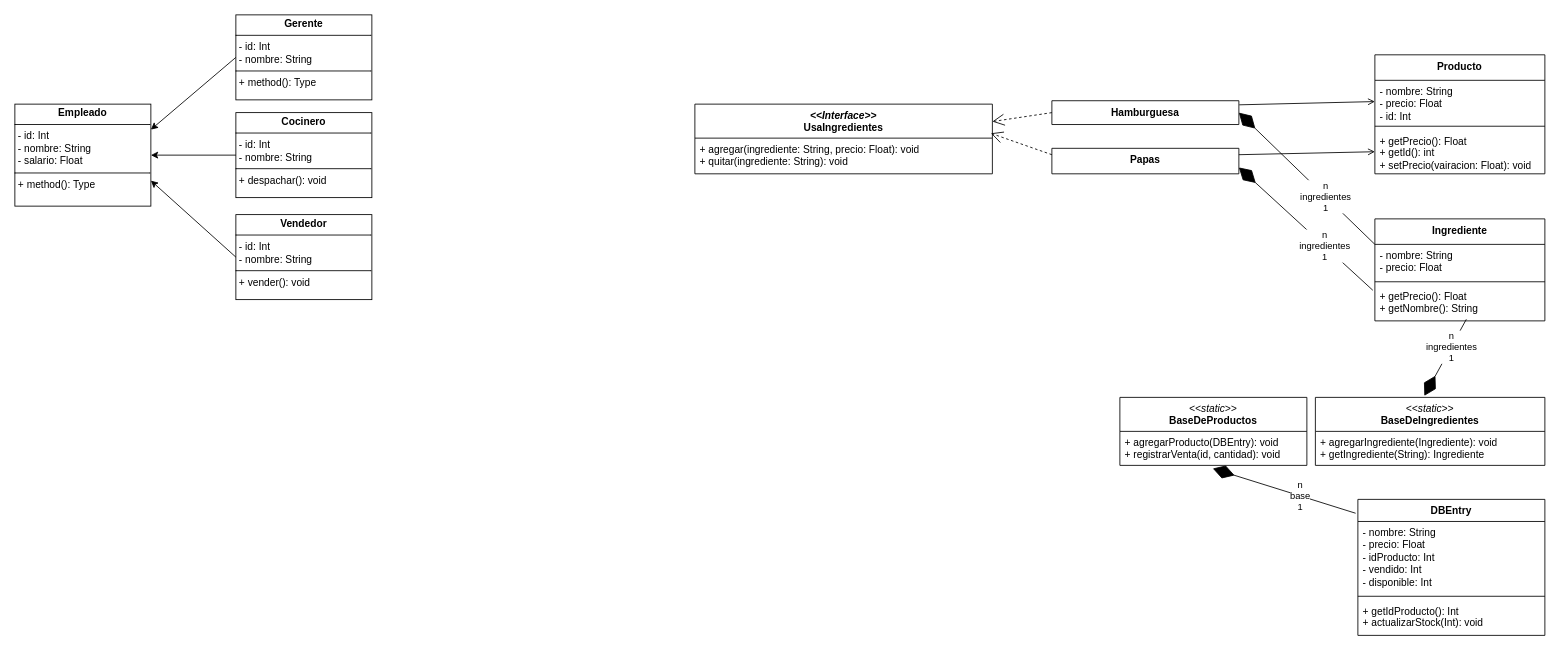
The draw.io diagram uml.drawio in Zasa-san/inspt-programacion2, before the edit. Source tidied: cells renumbered, new cells numbered last; positions are measured from the earlier drawing's top-left corner, leaving out a move shared by most shapes. Both pictures are drawn from the tidied source at 85%, with x=0, y=0 at pixel (14, 14).
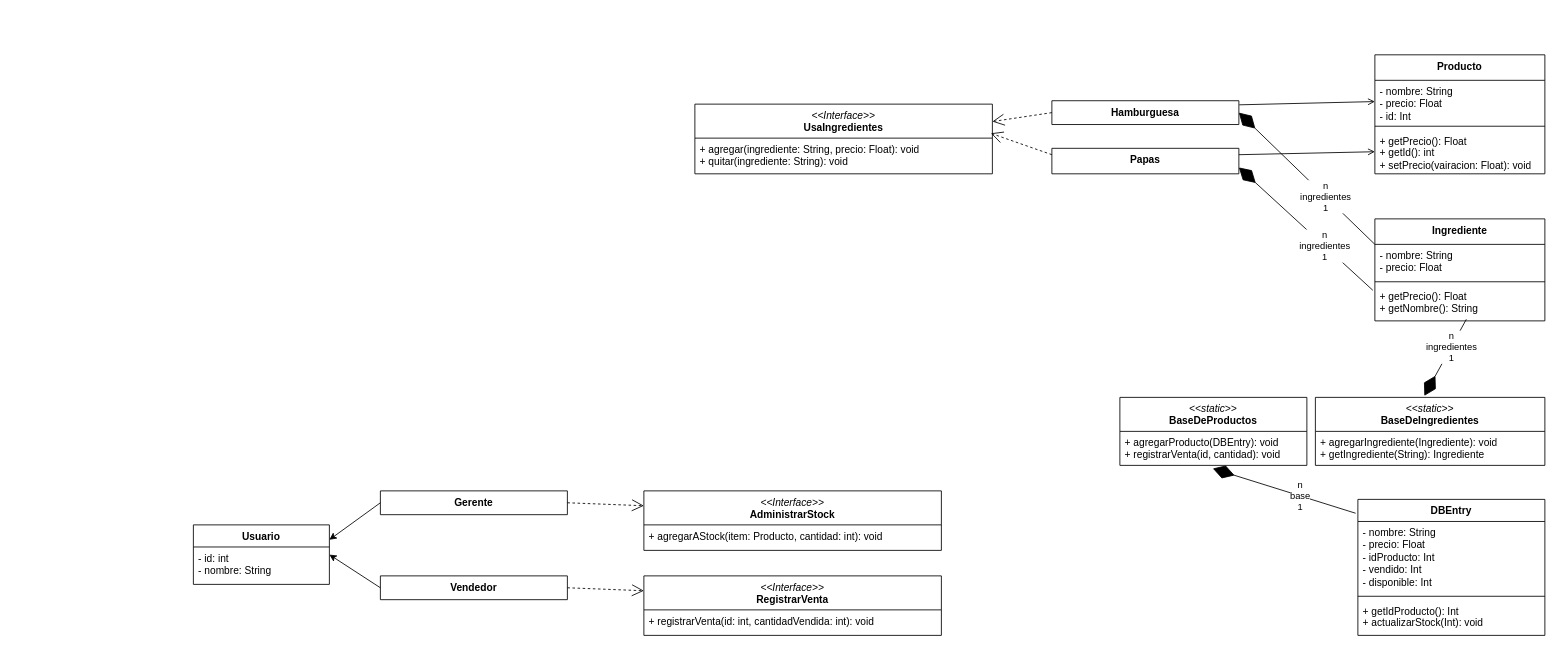
The same page after the edit.

Commit message:
actualizar el UML

The edit, as a diff of the source:
```diff
@@
-    <mxCell id="9" value="&lt;p style=&quot;margin:0px;margin-top:4px;text-align:center;&quot;&gt;Gerente&lt;/p&gt;&lt;hr style=&quot;border-style:solid;&quot; size=&quot;1&quot;&gt;&lt;p style=&quot;margin:0px;margin-left:4px;&quot;&gt;&lt;span style=&quot;font-weight: normal;&quot;&gt;- id: Int&lt;/span&gt;&lt;/p&gt;&lt;p style=&quot;margin:0px;margin-left:4px;&quot;&gt;&lt;span style=&quot;font-weight: normal;&quot;&gt;- nombre: String&lt;/span&gt;&lt;/p&gt;&lt;hr style=&quot;border-style:solid;&quot; size=&quot;1&quot;&gt;&lt;p style=&quot;margin:0px;margin-left:4px;&quot;&gt;&lt;span style=&quot;font-weight: normal;&quot;&gt;+ method(): Type&lt;/span&gt;&lt;/p&gt;" style="verticalAlign=top;align=left;overflow=fill;html=1;whiteSpace=wrap;fontStyle=1;" parent="1" vertex="1">
-      <mxGeometry x="260" width="160" height="100" as="geometry" />
-    </mxCell>
-    <mxCell id="10" value="&lt;p style=&quot;margin:0px;margin-top:4px;text-align:center;&quot;&gt;&lt;b&gt;Empleado&lt;/b&gt;&lt;/p&gt;&lt;hr size=&quot;1&quot; style=&quot;border-style:solid;&quot;&gt;&lt;p style=&quot;margin:0px;margin-left:4px;&quot;&gt;- id: Int&lt;/p&gt;&lt;p style=&quot;margin:0px;margin-left:4px;&quot;&gt;- nombre: String&lt;/p&gt;&lt;p style=&quot;margin:0px;margin-left:4px;&quot;&gt;- salario: Float&lt;/p&gt;&lt;hr size=&quot;1&quot; style=&quot;border-style:solid;&quot;&gt;&lt;p style=&quot;margin:0px;margin-left:4px;&quot;&gt;+ method(): Type&lt;/p&gt;" style="verticalAlign=top;align=left;overflow=fill;html=1;whiteSpace=wrap;" parent="1" vertex="1">
-      <mxGeometry y="105" width="160" height="120" as="geometry" />
-    </mxCell>
-    <mxCell id="11" value="&lt;p style=&quot;margin:0px;margin-top:4px;text-align:center;&quot;&gt;&lt;b&gt;Cocinero&lt;/b&gt;&lt;/p&gt;&lt;hr size=&quot;1&quot; style=&quot;border-style:solid;&quot;&gt;&lt;p style=&quot;margin:0px;margin-left:4px;&quot;&gt;- id: Int&lt;/p&gt;&lt;p style=&quot;margin:0px;margin-left:4px;&quot;&gt;- nombre: String&lt;/p&gt;&lt;hr size=&quot;1&quot; style=&quot;border-style:solid;&quot;&gt;&lt;p style=&quot;margin:0px;margin-left:4px;&quot;&gt;+ despachar(): void&lt;/p&gt;" style="verticalAlign=top;align=left;overflow=fill;html=1;whiteSpace=wrap;" parent="1" vertex="1">
-      <mxGeometry x="260" y="115" width="160" height="100" as="geometry" />
-    </mxCell>
-    <mxCell id="12" value="&lt;p style=&quot;margin:0px;margin-top:4px;text-align:center;&quot;&gt;&lt;b&gt;Vendedor&lt;/b&gt;&lt;/p&gt;&lt;hr size=&quot;1&quot; style=&quot;border-style:solid;&quot;&gt;&lt;p style=&quot;margin:0px;margin-left:4px;&quot;&gt;- id: Int&lt;/p&gt;&lt;p style=&quot;margin:0px;margin-left:4px;&quot;&gt;- nombre: String&lt;/p&gt;&lt;hr size=&quot;1&quot; style=&quot;border-style:solid;&quot;&gt;&lt;p style=&quot;margin:0px;margin-left:4px;&quot;&gt;+ vender(): void&lt;/p&gt;" style="verticalAlign=top;align=left;overflow=fill;html=1;whiteSpace=wrap;" parent="1" vertex="1">
-      <mxGeometry x="260" y="235" width="160" height="100" as="geometry" />
-    </mxCell>
-    <mxCell id="13" style="endArrow=classic;html=1;rounded=0;exitX=0;exitY=0.5;exitDx=0;exitDy=0;entryX=1;entryY=0.25;entryDx=0;entryDy=0;" parent="1" edge="1" source="9" target="10">
-      <mxGeometry relative="1" as="geometry" />
-    </mxCell>
-    <mxCell id="14" style="endArrow=classic;html=1;rounded=0;exitX=0;exitY=0.5;exitDx=0;exitDy=0;entryX=1;entryY=0.5;entryDx=0;entryDy=0;" parent="1" edge="1" source="11" target="10">
-      <mxGeometry relative="1" as="geometry" />
-    </mxCell>
-    <mxCell id="15" style="endArrow=classic;html=1;rounded=0;exitX=0;exitY=0.5;exitDx=0;exitDy=0;entryX=1;entryY=0.75;entryDx=0;entryDy=0;" parent="1" edge="1" source="12" target="10">
-      <mxGeometry relative="1" as="geometry" />
-    </mxCell>
@@
-    <mxCell id="22" value="&lt;div&gt;&lt;i&gt;&amp;lt;&amp;lt;Interface&amp;gt;&amp;gt;&lt;/i&gt;&lt;/div&gt;&lt;div&gt;&lt;b&gt;UsaIngredientes&lt;/b&gt;&lt;/div&gt;" style="swimlane;fontStyle=1;align=center;verticalAlign=top;horizontal=1;startSize=40;whiteSpace=wrap;html=1;" parent="1" vertex="1">
+    <mxCell id="22" value="&lt;div&gt;&lt;i style=&quot;font-weight: normal;&quot;&gt;&amp;lt;&amp;lt;Interface&amp;gt;&amp;gt;&lt;/i&gt;&lt;/div&gt;&lt;div&gt;UsaIngredientes&lt;/div&gt;" style="swimlane;fontStyle=1;align=center;verticalAlign=top;horizontal=1;startSize=40;whiteSpace=wrap;html=1;" parent="1" vertex="1">
       <mxGeometry x="800" y="105" width="350" height="82" as="geometry" />
     </mxCell>
@@
+    <mxCell id="40" value="Usuario" style="swimlane;fontStyle=1;align=center;verticalAlign=top;horizontal=1;startSize=26;whiteSpace=wrap;html=1;" parent="1" vertex="1">
+      <mxGeometry x="210" y="600" width="160" height="70" as="geometry" />
+    </mxCell>
+    <mxCell id="41" value="&lt;div&gt;- id: int&lt;/div&gt;&lt;div&gt;- nombre: String&lt;/div&gt;" style="text;strokeColor=none;fillColor=none;align=left;verticalAlign=top;spacingLeft=4;spacingRight=4;overflow=hidden;whiteSpace=wrap;html=1;" parent="40" vertex="1">
+      <mxGeometry y="26" width="160" height="44" as="geometry" />
+    </mxCell>
+    <mxCell id="42" value="&lt;div&gt;&lt;i style=&quot;font-weight: normal;&quot;&gt;&amp;lt;&amp;lt;Interface&amp;gt;&amp;gt;&lt;/i&gt;&lt;/div&gt;&lt;div&gt;AdministrarStock&lt;/div&gt;" style="swimlane;fontStyle=1;align=center;verticalAlign=top;horizontal=1;startSize=40;whiteSpace=wrap;html=1;" parent="1" vertex="1">
+      <mxGeometry x="740" y="560" width="350" height="70" as="geometry" />
+    </mxCell>
+    <mxCell id="43" value="&lt;div&gt;+ agregarAStock(item: Producto, cantidad: int): void&amp;nbsp;&lt;/div&gt;&lt;div&gt;&lt;br&gt;&lt;/div&gt;&lt;div&gt;&lt;br&gt;&lt;/div&gt;" style="text;strokeColor=none;fillColor=none;align=left;verticalAlign=top;spacingLeft=4;spacingRight=4;overflow=hidden;whiteSpace=wrap;html=1;" parent="42" vertex="1">
+      <mxGeometry y="40" width="350" height="30" as="geometry" />
+    </mxCell>
+    <mxCell id="44" value="&lt;div&gt;&lt;i style=&quot;font-weight: normal;&quot;&gt;&amp;lt;&amp;lt;Interface&amp;gt;&amp;gt;&lt;/i&gt;&lt;/div&gt;&lt;div&gt;RegistrarVenta&lt;/div&gt;" style="swimlane;fontStyle=1;align=center;verticalAlign=top;horizontal=1;startSize=40;whiteSpace=wrap;html=1;" parent="1" vertex="1">
+      <mxGeometry x="740" y="660" width="350" height="70" as="geometry" />
+    </mxCell>
+    <mxCell id="45" value="&lt;div&gt;+ registrarVenta(id: int, cantidadVendida: int): void&amp;nbsp;&lt;/div&gt;&lt;div&gt;&lt;br&gt;&lt;/div&gt;&lt;div&gt;&lt;br&gt;&lt;/div&gt;" style="text;strokeColor=none;fillColor=none;align=left;verticalAlign=top;spacingLeft=4;spacingRight=4;overflow=hidden;whiteSpace=wrap;html=1;" parent="44" vertex="1">
+      <mxGeometry y="40" width="350" height="30" as="geometry" />
+    </mxCell>
+    <mxCell id="46" value="Gerente" style="swimlane;fontStyle=1;align=center;verticalAlign=top;horizontal=1;startSize=30;whiteSpace=wrap;html=1;" parent="1" vertex="1">
+      <mxGeometry x="430" y="560" width="220" height="28" as="geometry" />
+    </mxCell>
+    <mxCell id="47" value="&lt;div&gt;Vendedor&lt;/div&gt;" style="swimlane;fontStyle=1;align=center;verticalAlign=top;horizontal=1;startSize=30;whiteSpace=wrap;html=1;" parent="1" vertex="1">
+      <mxGeometry x="430" y="660" width="220" height="28" as="geometry" />
+    </mxCell>
+    <mxCell id="48" style="endArrow=classic;html=1;rounded=0;exitX=0;exitY=0.5;exitDx=0;exitDy=0;entryX=1;entryY=0.25;entryDx=0;entryDy=0;" parent="1" edge="1" source="46" target="40">
+      <mxGeometry relative="1" as="geometry" />
+    </mxCell>
+    <mxCell id="49" style="endArrow=classic;html=1;rounded=0;exitX=0;exitY=0.5;exitDx=0;exitDy=0;entryX=1;entryY=0.5;entryDx=0;entryDy=0;" parent="1" edge="1" source="47" target="40">
+      <mxGeometry relative="1" as="geometry" />
+    </mxCell>
+    <mxCell id="50" style="endArrow=open;endSize=12;dashed=1;html=1;rounded=0;entryX=0;entryY=0.25;entryDx=0;entryDy=0;exitX=1;exitY=0.5;exitDx=0;exitDy=0;" parent="1" edge="1" source="46" target="42">
+      <mxGeometry relative="1" as="geometry" />
+    </mxCell>
+    <mxCell id="51" style="endArrow=open;endSize=12;dashed=1;html=1;rounded=0;entryX=0;entryY=0.25;entryDx=0;entryDy=0;exitX=1;exitY=0.5;exitDx=0;exitDy=0;" parent="1" edge="1" source="47" target="44">
+      <mxGeometry relative="1" as="geometry" />
+    </mxCell>
```
